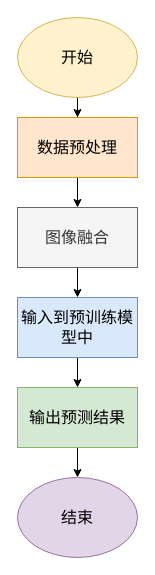
This is test.drawio from infiniteaim/Repository-from-Anonus, a draw.io file, before an edit. Source tidied: cells renumbered, new cells numbered last; positions are measured from the earlier drawing's top-left corner, leaving out a move shared by most shapes. Both pictures are drawn from the tidied source at 100%, with x=0, y=0 at pixel (17, 17).
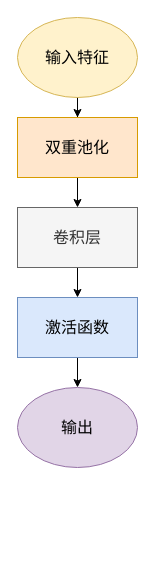
Above is the later version.

Change to the diagram source:
```diff
@@
 <mxGraphModel>
   <root>
     <mxCell id="0" />
     <mxCell id="1" parent="0" />
     <mxCell id="2" style="edgeStyle=orthogonalEdgeStyle;rounded=0;jettySize=auto;html=1;fontSize=16;" parent="1" edge="1" source="3" target="5">
       <mxGeometry relative="1" as="geometry" />
     </mxCell>
-    <mxCell id="3" value="开始" style="ellipse;whiteSpace=wrap;html=1;fontSize=16;fillColor=#fff2cc;strokeColor=#d6b656;" parent="1" vertex="1">
+    <mxCell id="3" value="输入特征" style="ellipse;whiteSpace=wrap;html=1;fontSize=16;fillColor=#fff2cc;strokeColor=#d6b656;" parent="1" vertex="1">
       <mxGeometry width="120" height="80" as="geometry" />
     </mxCell>
     <mxCell id="4" style="edgeStyle=orthogonalEdgeStyle;rounded=0;jettySize=auto;html=1;fontSize=16;" parent="1" edge="1" source="5" target="7">
       <mxGeometry relative="1" as="geometry" />
     </mxCell>
-    <mxCell id="5" value="数据预处理" style="whiteSpace=wrap;html=1;fontSize=16;fillColor=#ffe6cc;strokeColor=#d79b00;" parent="1" vertex="1">
+    <mxCell id="5" value="双重池化" style="whiteSpace=wrap;html=1;fontSize=16;fillColor=#ffe6cc;strokeColor=#d79b00;" parent="1" vertex="1">
       <mxGeometry y="100" width="120" height="60" as="geometry" />
     </mxCell>
     <mxCell id="6" style="edgeStyle=orthogonalEdgeStyle;rounded=0;jettySize=auto;html=1;fontSize=16;" parent="1" edge="1" source="7" target="9">
       <mxGeometry relative="1" as="geometry" />
     </mxCell>
-    <mxCell id="7" value="图像融合" style="whiteSpace=wrap;html=1;fontSize=16;fillColor=#f5f5f5;fontColor=#333333;strokeColor=#666666;" parent="1" vertex="1">
+    <mxCell id="7" value="卷积层" style="whiteSpace=wrap;html=1;fontSize=16;fillColor=#f5f5f5;fontColor=#333333;strokeColor=#666666;" parent="1" vertex="1">
       <mxGeometry y="190" width="120" height="60" as="geometry" />
     </mxCell>
-    <mxCell id="8" style="edgeStyle=orthogonalEdgeStyle;rounded=0;jettySize=auto;html=1;fontSize=16;" parent="1" edge="1" source="9" target="11">
-      <mxGeometry relative="1" as="geometry" />
-    </mxCell>
+    <mxCell id="13" style="edgeStyle=orthogonalEdgeStyle;rounded=0;jettySize=auto;html=1;exitX=0.5;exitY=1;exitDx=0;exitDy=0;entryX=0.5;entryY=0;entryDx=0;entryDy=0;" parent="1" edge="1" source="9" target="12">
+      <mxGeometry relative="1" as="geometry" />
+    </mxCell>
-    <mxCell id="9" value="输入到预训练模型中" style="whiteSpace=wrap;html=1;fontSize=16;fillColor=#dae8fc;strokeColor=#6c8ebf;" parent="1" vertex="1">
+    <mxCell id="9" value="激活函数" style="whiteSpace=wrap;html=1;fontSize=16;fillColor=#dae8fc;strokeColor=#6c8ebf;" parent="1" vertex="1">
       <mxGeometry y="280" width="120" height="60" as="geometry" />
     </mxCell>
-    <mxCell id="10" style="edgeStyle=orthogonalEdgeStyle;rounded=0;jettySize=auto;html=1;entryX=0.5;entryY=0;entryDx=0;entryDy=0;fontSize=16;" parent="1" edge="1" source="11" target="12">
-      <mxGeometry relative="1" as="geometry" />
-    </mxCell>
-    <mxCell id="11" value="输出预测结果" style="whiteSpace=wrap;html=1;fontSize=16;fillColor=#d5e8d4;strokeColor=#82b366;" parent="1" vertex="1">
-      <mxGeometry y="370" width="120" height="60" as="geometry" />
-    </mxCell>
-    <mxCell id="12" value="结束" style="ellipse;whiteSpace=wrap;html=1;fontSize=16;fillColor=#e1d5e7;strokeColor=#9673a6;" parent="1" vertex="1">
-      <mxGeometry y="460" width="120" height="80" as="geometry" />
+    <mxCell id="12" value="输出" style="ellipse;whiteSpace=wrap;html=1;fontSize=16;fillColor=#e1d5e7;strokeColor=#9673a6;" parent="1" vertex="1">
+      <mxGeometry y="370" width="120" height="80" as="geometry" />
     </mxCell>
   </root>
 </mxGraphModel>
```
